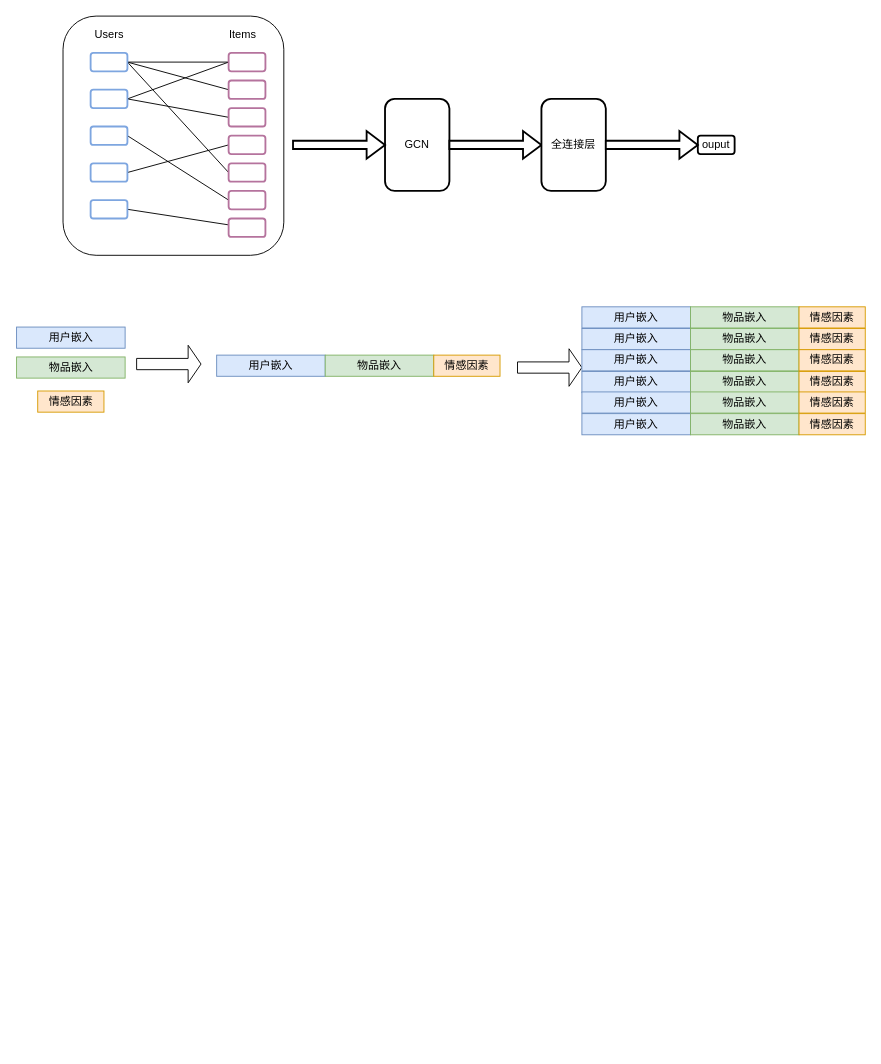
Earlier version of the draw.io diagram GCN.drawio (hqius/draw). Source tidied: cells renumbered, new cells numbered last; positions are measured from the earlier drawing's top-left corner, leaving out a move shared by most shapes. Both pictures are drawn from the tidied source at 92%, with x=0, y=0 at pixel (17, 16).
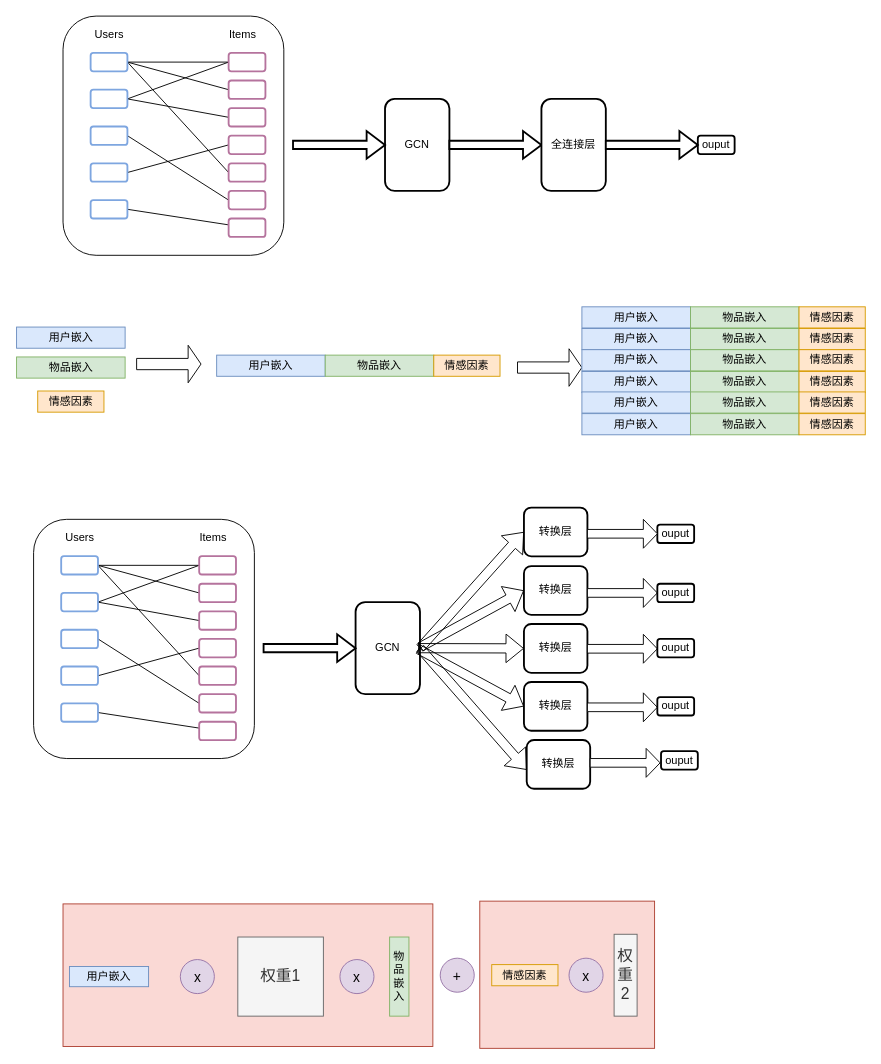
Above is the later version.

Change to the diagram source:
```diff
@@
+    <mxCell id="57" style="rounded=0;whiteSpace=wrap;html=1;glass=0;fillColor=#fad9d5;strokeColor=#ae4132;" parent="1" vertex="1">
+      <mxGeometry x="503" y="962" width="190" height="160" as="geometry" />
+    </mxCell>
+    <mxCell id="58" style="rounded=0;whiteSpace=wrap;html=1;glass=0;fillColor=#fad9d5;strokeColor=#ae4132;" parent="1" vertex="1">
+      <mxGeometry x="50" y="965" width="402" height="155" as="geometry" />
+    </mxCell>
@@
+    <mxCell id="59" style="rounded=1;whiteSpace=wrap;html=1;" parent="1" vertex="1">
+      <mxGeometry x="18" y="547" width="240" height="260" as="geometry" />
+    </mxCell>
+    <mxCell id="60" style="rounded=0;jettySize=auto;html=1;exitX=1;exitY=0.5;exitDx=0;exitDy=0;entryX=0;entryY=0.5;entryDx=0;entryDy=0;endArrow=none;endFill=0;" parent="1" edge="1" source="63" target="74">
+      <mxGeometry relative="1" as="geometry" />
+    </mxCell>
+    <mxCell id="61" style="rounded=0;jettySize=auto;html=1;exitX=1;exitY=0.5;exitDx=0;exitDy=0;entryX=0;entryY=0.5;entryDx=0;entryDy=0;flowAnimation=0;endArrow=none;endFill=0;" parent="1" edge="1" source="63" target="75">
+      <mxGeometry relative="1" as="geometry" />
+    </mxCell>
+    <mxCell id="62" style="edgeStyle=none;rounded=0;jettySize=auto;html=1;exitX=1;exitY=0.5;exitDx=0;exitDy=0;entryX=0;entryY=0.5;entryDx=0;entryDy=0;endArrow=none;endFill=0;" parent="1" edge="1" source="63" target="78">
+      <mxGeometry relative="1" as="geometry" />
+    </mxCell>
+    <mxCell id="63" style="rounded=1;whiteSpace=wrap;html=1;strokeColor=#7EA6E0;strokeWidth=2;" parent="1" vertex="1">
+      <mxGeometry x="48" y="587" width="40" height="20" as="geometry" />
+    </mxCell>
+    <mxCell id="64" style="edgeStyle=none;rounded=0;jettySize=auto;html=1;exitX=1;exitY=0.5;exitDx=0;exitDy=0;entryX=0;entryY=0.5;entryDx=0;entryDy=0;endArrow=none;endFill=0;" parent="1" edge="1" source="66" target="76">
+      <mxGeometry relative="1" as="geometry" />
+    </mxCell>
+    <mxCell id="65" style="edgeStyle=none;rounded=0;jettySize=auto;html=1;exitX=1;exitY=0.5;exitDx=0;exitDy=0;entryX=0;entryY=0.5;entryDx=0;entryDy=0;endArrow=none;endFill=0;" parent="1" edge="1" source="66" target="74">
+      <mxGeometry relative="1" as="geometry" />
+    </mxCell>
+    <mxCell id="66" style="rounded=1;whiteSpace=wrap;html=1;strokeColor=#7EA6E0;strokeWidth=2;" parent="1" vertex="1">
+      <mxGeometry x="48" y="627" width="40" height="20" as="geometry" />
+    </mxCell>
+    <mxCell id="67" style="edgeStyle=none;rounded=0;jettySize=auto;html=1;exitX=1;exitY=0.5;exitDx=0;exitDy=0;entryX=0;entryY=0.5;entryDx=0;entryDy=0;endArrow=none;endFill=0;" parent="1" edge="1" source="68" target="79">
+      <mxGeometry relative="1" as="geometry" />
+    </mxCell>
+    <mxCell id="68" style="rounded=1;whiteSpace=wrap;html=1;strokeColor=#7EA6E0;strokeWidth=2;" parent="1" vertex="1">
+      <mxGeometry x="48" y="667" width="40" height="20" as="geometry" />
+    </mxCell>
+    <mxCell id="69" style="edgeStyle=none;rounded=0;jettySize=auto;html=1;exitX=1;exitY=0.5;exitDx=0;exitDy=0;entryX=0;entryY=0.5;entryDx=0;entryDy=0;endArrow=none;endFill=0;" parent="1" edge="1" source="70" target="77">
+      <mxGeometry relative="1" as="geometry" />
+    </mxCell>
+    <mxCell id="70" style="rounded=1;whiteSpace=wrap;html=1;strokeColor=#7EA6E0;strokeWidth=2;" parent="1" vertex="1">
+      <mxGeometry x="48" y="707" width="40" height="20" as="geometry" />
+    </mxCell>
+    <mxCell id="71" style="edgeStyle=none;rounded=0;jettySize=auto;html=1;exitX=1;exitY=0.5;exitDx=0;exitDy=0;endArrow=none;endFill=0;" parent="1" edge="1" source="72" target="80">
+      <mxGeometry relative="1" as="geometry" />
+    </mxCell>
+    <mxCell id="72" style="rounded=1;whiteSpace=wrap;html=1;strokeColor=#7EA6E0;strokeWidth=2;" parent="1" vertex="1">
+      <mxGeometry x="48" y="747" width="40" height="20" as="geometry" />
+    </mxCell>
+    <mxCell id="73" value="Users" style="text;html=1;align=center;verticalAlign=middle;fillColor=none;strokeColor=none;rounded=0;" parent="1" vertex="1">
+      <mxGeometry x="43" y="557" width="50" height="20" as="geometry" />
+    </mxCell>
+    <mxCell id="74" style="rounded=1;whiteSpace=wrap;html=1;strokeWidth=2;strokeColor=#B5739D;" parent="1" vertex="1">
+      <mxGeometry x="198" y="587" width="40" height="20" as="geometry" />
+    </mxCell>
+    <mxCell id="75" style="rounded=1;whiteSpace=wrap;html=1;strokeWidth=2;strokeColor=#B5739D;" parent="1" vertex="1">
+      <mxGeometry x="198" y="617" width="40" height="20" as="geometry" />
+    </mxCell>
+    <mxCell id="76" style="rounded=1;whiteSpace=wrap;html=1;strokeWidth=2;strokeColor=#B5739D;" parent="1" vertex="1">
+      <mxGeometry x="198" y="647" width="40" height="20" as="geometry" />
+    </mxCell>
+    <mxCell id="77" style="rounded=1;whiteSpace=wrap;html=1;strokeWidth=2;strokeColor=#B5739D;" parent="1" vertex="1">
+      <mxGeometry x="198" y="677" width="40" height="20" as="geometry" />
+    </mxCell>
+    <mxCell id="78" style="rounded=1;whiteSpace=wrap;html=1;strokeWidth=2;strokeColor=#B5739D;" parent="1" vertex="1">
+      <mxGeometry x="198" y="707" width="40" height="20" as="geometry" />
+    </mxCell>
+    <mxCell id="79" style="rounded=1;whiteSpace=wrap;html=1;strokeWidth=2;strokeColor=#B5739D;" parent="1" vertex="1">
+      <mxGeometry x="198" y="737" width="40" height="20" as="geometry" />
+    </mxCell>
+    <mxCell id="80" style="rounded=1;whiteSpace=wrap;html=1;strokeWidth=2;strokeColor=#B5739D;" parent="1" vertex="1">
+      <mxGeometry x="198" y="767" width="40" height="20" as="geometry" />
+    </mxCell>
+    <mxCell id="81" value="Items" style="text;html=1;align=center;verticalAlign=middle;fillColor=none;strokeColor=none;rounded=0;" parent="1" vertex="1">
+      <mxGeometry x="188" y="557" width="50" height="20" as="geometry" />
+    </mxCell>
+    <mxCell id="82" value="GCN" style="rounded=1;whiteSpace=wrap;html=1;strokeWidth=2;" parent="1" vertex="1">
+      <mxGeometry x="368" y="637" width="70" height="100" as="geometry" />
+    </mxCell>
+    <mxCell id="83" style="shape=singleArrow;whiteSpace=wrap;html=1;strokeColor=#000000;strokeWidth=2;" parent="1" vertex="1">
+      <mxGeometry x="268" y="672" width="100" height="30" as="geometry" />
+    </mxCell>
+    <mxCell id="84" value="转换层" style="rounded=1;whiteSpace=wrap;html=1;strokeWidth=2;" parent="1" vertex="1">
+      <mxGeometry x="551" y="534.2" width="69" height="53" as="geometry" />
+    </mxCell>
+    <mxCell id="85" value="ouput" style="rounded=1;whiteSpace=wrap;html=1;strokeWidth=2;" parent="1" vertex="1">
+      <mxGeometry x="696" y="552.7" width="40" height="20" as="geometry" />
+    </mxCell>
+    <mxCell id="86" value="转换层" style="rounded=1;whiteSpace=wrap;html=1;strokeWidth=2;" parent="1" vertex="1">
+      <mxGeometry x="551" y="597.8" width="69" height="53" as="geometry" />
+    </mxCell>
+    <mxCell id="87" value="转换层" style="rounded=1;whiteSpace=wrap;html=1;strokeWidth=2;" parent="1" vertex="1">
+      <mxGeometry x="551" y="660.8" width="69" height="53" as="geometry" />
+    </mxCell>
+    <mxCell id="88" value="转换层" style="rounded=1;whiteSpace=wrap;html=1;strokeWidth=2;" parent="1" vertex="1">
+      <mxGeometry x="551" y="723.8" width="69" height="53" as="geometry" />
+    </mxCell>
+    <mxCell id="89" value="转换层" style="rounded=1;whiteSpace=wrap;html=1;strokeWidth=2;" parent="1" vertex="1">
+      <mxGeometry x="554" y="786.8" width="69" height="53" as="geometry" />
+    </mxCell>
+    <mxCell id="90" style="shape=flexArrow;endArrow=classic;html=1;entryX=0;entryY=0.5;entryDx=0;entryDy=0;" parent="1" edge="1" target="84">
+      <mxGeometry relative="1" as="geometry">
+        <mxPoint x="438" y="687" as="sourcePoint" />
+      </mxGeometry>
+    </mxCell>
+    <mxCell id="91" style="shape=flexArrow;endArrow=classic;html=1;entryX=0;entryY=0.5;entryDx=0;entryDy=0;" parent="1" edge="1" target="86">
+      <mxGeometry relative="1" as="geometry">
+        <mxPoint x="438" y="686" as="sourcePoint" />
+      </mxGeometry>
+    </mxCell>
+    <mxCell id="92" style="shape=flexArrow;endArrow=classic;html=1;entryX=0;entryY=0.5;entryDx=0;entryDy=0;" parent="1" edge="1" target="87">
+      <mxGeometry relative="1" as="geometry">
+        <mxPoint x="436" y="687" as="sourcePoint" />
+      </mxGeometry>
+    </mxCell>
+    <mxCell id="93" style="shape=flexArrow;endArrow=classic;html=1;entryX=0;entryY=0.5;entryDx=0;entryDy=0;" parent="1" edge="1" target="88">
+      <mxGeometry relative="1" as="geometry">
+        <mxPoint x="436" y="688" as="sourcePoint" />
+      </mxGeometry>
+    </mxCell>
+    <mxCell id="94" style="shape=flexArrow;endArrow=classic;html=1;entryX=0;entryY=0.5;entryDx=0;entryDy=0;exitX=1;exitY=0.5;exitDx=0;exitDy=0;" parent="1" edge="1" source="82">
+      <mxGeometry relative="1" as="geometry">
+        <mxPoint x="554" y="819.3" as="targetPoint" />
+      </mxGeometry>
+    </mxCell>
+    <mxCell id="95" style="shape=singleArrow;whiteSpace=wrap;html=1;glass=1;" parent="1" vertex="1">
+      <mxGeometry x="620" y="547" width="76" height="31.4" as="geometry" />
+    </mxCell>
+    <mxCell id="96" style="shape=singleArrow;whiteSpace=wrap;html=1;glass=1;" parent="1" vertex="1">
+      <mxGeometry x="620" y="611.3" width="76" height="31.4" as="geometry" />
+    </mxCell>
+    <mxCell id="97" value="ouput" style="rounded=1;whiteSpace=wrap;html=1;strokeWidth=2;" parent="1" vertex="1">
+      <mxGeometry x="696" y="617" width="40" height="20" as="geometry" />
+    </mxCell>
+    <mxCell id="98" style="shape=singleArrow;whiteSpace=wrap;html=1;glass=1;" parent="1" vertex="1">
+      <mxGeometry x="620" y="672" width="76" height="31.4" as="geometry" />
+    </mxCell>
+    <mxCell id="99" value="ouput" style="rounded=1;whiteSpace=wrap;html=1;strokeWidth=2;" parent="1" vertex="1">
+      <mxGeometry x="696" y="677" width="40" height="20" as="geometry" />
+    </mxCell>
+    <mxCell id="100" style="shape=singleArrow;whiteSpace=wrap;html=1;glass=1;" parent="1" vertex="1">
+      <mxGeometry x="620" y="735.6" width="76" height="31.4" as="geometry" />
+    </mxCell>
+    <mxCell id="101" value="ouput" style="rounded=1;whiteSpace=wrap;html=1;strokeWidth=2;" parent="1" vertex="1">
+      <mxGeometry x="696" y="740.2" width="40" height="20" as="geometry" />
+    </mxCell>
+    <mxCell id="102" style="shape=singleArrow;whiteSpace=wrap;html=1;glass=1;" parent="1" vertex="1">
+      <mxGeometry x="623" y="796" width="76" height="31.4" as="geometry" />
+    </mxCell>
+    <mxCell id="103" value="ouput" style="rounded=1;whiteSpace=wrap;html=1;strokeWidth=2;" parent="1" vertex="1">
+      <mxGeometry x="700" y="799" width="40" height="20" as="geometry" />
+    </mxCell>
+    <mxCell id="104" value="&lt;span style=&quot;font-size: 17px&quot;&gt;权重1&lt;/span&gt;" style="rounded=0;whiteSpace=wrap;html=1;glass=0;fillColor=#f5f5f5;strokeColor=#666666;fontColor=#333333;" parent="1" vertex="1">
+      <mxGeometry x="240" y="1001" width="93" height="86" as="geometry" />
+    </mxCell>
+    <mxCell id="105" value="物品嵌入" style="rounded=0;whiteSpace=wrap;html=1;fillColor=#d5e8d4;strokeColor=#82b366;direction=south;" parent="1" vertex="1">
+      <mxGeometry x="405" y="1001" width="21" height="86" as="geometry" />
+    </mxCell>
+    <mxCell id="106" value="用户嵌入" style="rounded=0;whiteSpace=wrap;html=1;fillColor=#dae8fc;strokeColor=#6c8ebf;direction=west;" parent="1" vertex="1">
+      <mxGeometry x="57" y="1033" width="86" height="22" as="geometry" />
+    </mxCell>
+    <mxCell id="107" value="&lt;font style=&quot;font-size: 15px&quot;&gt;x&lt;/font&gt;" style="ellipse;whiteSpace=wrap;html=1;glass=0;fillColor=#e1d5e7;strokeColor=#9673a6;" parent="1" vertex="1">
+      <mxGeometry x="177.5" y="1025.5" width="37" height="37" as="geometry" />
+    </mxCell>
+    <mxCell id="108" value="&lt;font style=&quot;font-size: 15px&quot;&gt;x&lt;/font&gt;" style="ellipse;whiteSpace=wrap;html=1;glass=0;fillColor=#e1d5e7;strokeColor=#9673a6;" parent="1" vertex="1">
+      <mxGeometry x="351" y="1025.5" width="37" height="37" as="geometry" />
+    </mxCell>
+    <mxCell id="109" value="&lt;span style=&quot;font-size: 15px&quot;&gt;+&lt;/span&gt;" style="ellipse;whiteSpace=wrap;html=1;glass=0;fillColor=#e1d5e7;strokeColor=#9673a6;" parent="1" vertex="1">
+      <mxGeometry x="460" y="1024" width="37" height="37" as="geometry" />
+    </mxCell>
+    <mxCell id="110" value="情感因素" style="rounded=0;whiteSpace=wrap;html=1;fillColor=#ffe6cc;strokeColor=#d79b00;" parent="1" vertex="1">
+      <mxGeometry x="516" y="1031" width="72" height="23" as="geometry" />
+    </mxCell>
+    <mxCell id="111" value="&lt;span style=&quot;font-size: 17px&quot;&gt;权重2&lt;/span&gt;" style="rounded=0;whiteSpace=wrap;html=1;glass=0;fillColor=#f5f5f5;strokeColor=#666666;fontColor=#333333;direction=south;" parent="1" vertex="1">
+      <mxGeometry x="649" y="998" width="25" height="89" as="geometry" />
+    </mxCell>
+    <mxCell id="112" value="&lt;font style=&quot;font-size: 15px&quot;&gt;x&lt;/font&gt;" style="ellipse;whiteSpace=wrap;html=1;glass=0;fillColor=#e1d5e7;strokeColor=#9673a6;" parent="1" vertex="1">
+      <mxGeometry x="600" y="1024" width="37" height="37" as="geometry" />
+    </mxCell>
```
